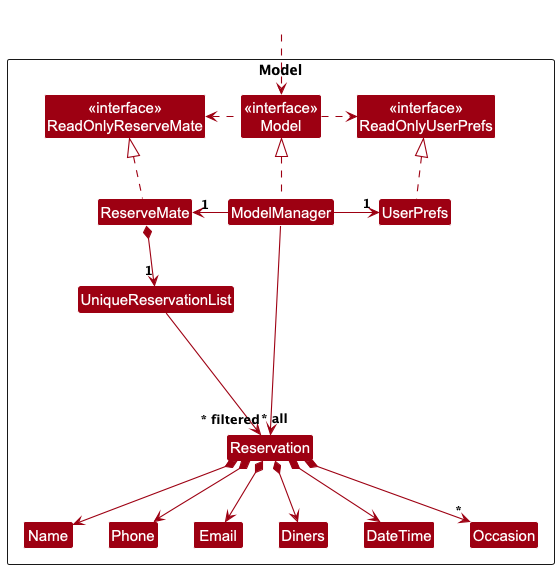
Before: docs/images/ModelClassDiagram.png, a diagram exported from PlantUML (feliciahmq/tp). Its source is kept beside it as docs/diagrams/ModelClassDiagram.puml. Source of this version:
```plantuml
@startuml
!include style.puml
skinparam arrowThickness 1.1
skinparam arrowColor MODEL_COLOR
skinparam classBackgroundColor MODEL_COLOR

Package Model as ModelPackage <<Rectangle>>{
Class "<<interface>>\nReadOnlyReserveMate" as ReadOnlyReserveMate
Class "<<interface>>\nReadOnlyUserPrefs" as ReadOnlyUserPrefs
Class "<<interface>>\nModel" as Model
Class ReserveMate
Class ModelManager
Class UserPrefs

Class UniqueReservationList
Class Reservation
Class Diners
Class Email
Class Name
Class Phone
Class Occasion
Class DateTime

Class I #FFFFFF
}

Class HiddenOutside #FFFFFF
HiddenOutside ..> Model

ReserveMate .up.|> ReadOnlyReserveMate

ModelManager .up.|> Model
Model .right.> ReadOnlyUserPrefs
Model .left.> ReadOnlyReserveMate
ModelManager -left-> "1" ReserveMate
ModelManager -right-> "1" UserPrefs
UserPrefs .up.|> ReadOnlyUserPrefs

ReserveMate *--> "1" UniqueReservationList
UniqueReservationList --> "~* all" Reservation
Reservation *--> Name
Reservation *--> Phone
Reservation *--> Email
Reservation *--> Diners
Reservation *--> DateTime
Reservation *--> "*" Occasion

Reservation -[hidden]up--> I
UniqueReservationList -[hidden]right-> I

Name -[hidden]right-> Phone
Phone -[hidden]right-> Email
Email -[hidden]right-> Diners
Diners -[hidden]right-> DateTime

ModelManager --> "~* filtered" Reservation
@enduml
```
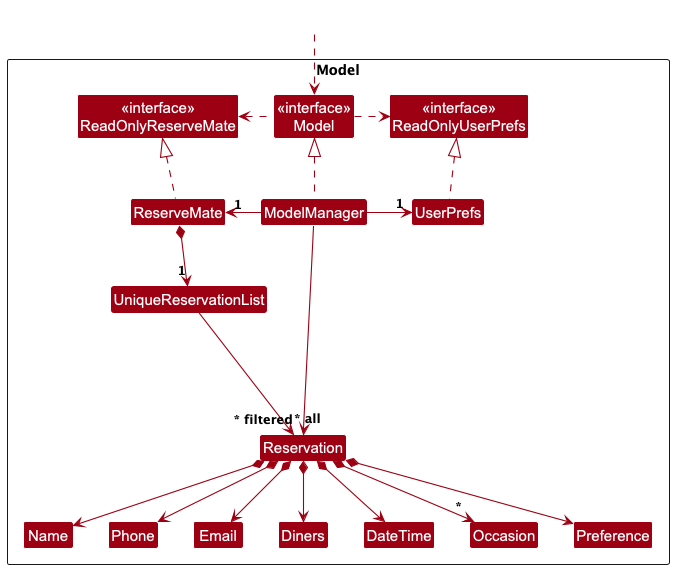
The same diagram one commit later.

The edit, as a diff of the source:
```diff
@@ -20,6 +20,7 @@
 Class Phone
 Class Occasion
 Class DateTime
+Class Preference
 
 Class I #FFFFFF
 }
@@ -44,6 +45,7 @@
 Reservation *--> Diners
 Reservation *--> DateTime
 Reservation *--> "*" Occasion
+Reservation *--> Preference
 
 Reservation -[hidden]up--> I
 UniqueReservationList -[hidden]right-> I
```
